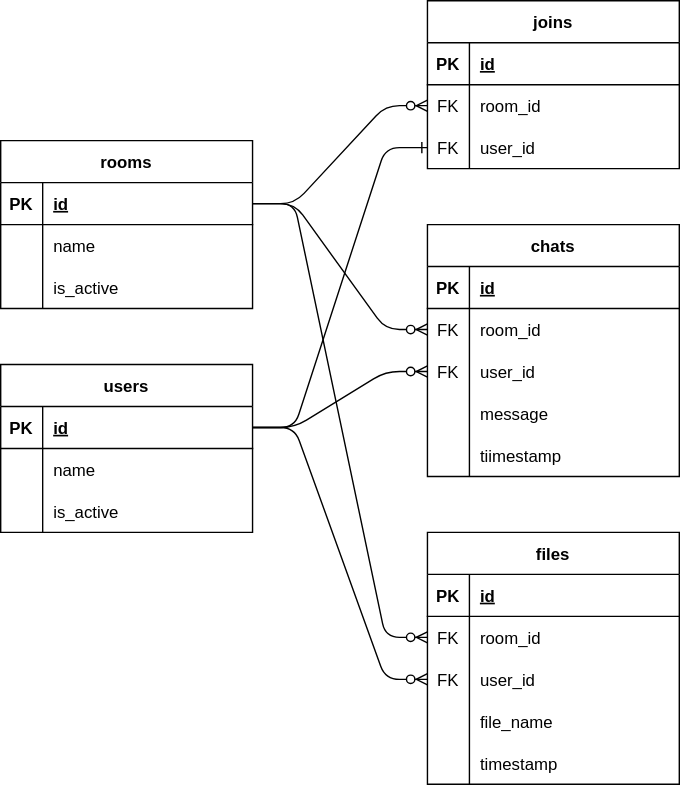
Earlier version of the draw.io export docs/ERDiagram.drawio.svg (solithv/simple_chat). Source tidied: cells renumbered, new cells last; positions are measured from the earlier drawing's top-left corner, leaving out a move shared by most shapes.
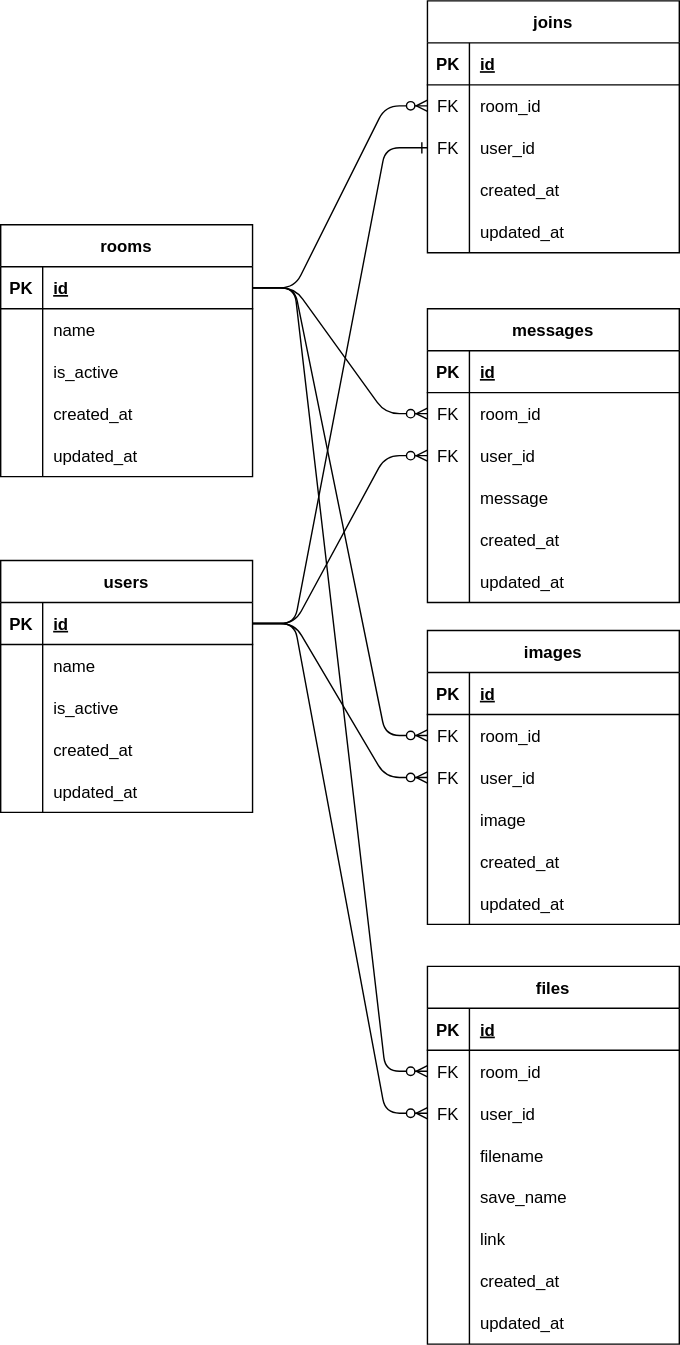
The same diagram one commit later.

What changed in the source:
```diff
@@ -3,7 +3,7 @@
     <mxCell id="0" />
     <mxCell id="1" parent="0" />
     <mxCell id="2" value="users" style="shape=table;startSize=30;rowLines=0;fontStyle=1;align=center;" parent="1" vertex="1">
-      <mxGeometry y="260" width="180" height="120" as="geometry" />
+      <mxGeometry y="340" width="180" height="180" as="geometry" />
     </mxCell>
     <mxCell id="3" style="shape=tableRow;horizontal=0;startSize=0;swimlaneHead=0;swimlaneBody=0;fillColor=none;points=[[0,0.5],[1,0.5]];portConstraint=eastwest;top=0;left=0;right=0;bottom=1;" parent="2" vertex="1">
       <mxGeometry y="30" width="180" height="30" as="geometry" />
@@ -32,8 +32,26 @@
     <mxCell id="11" value="is_active" style="shape=partialRectangle;fillColor=none;top=0;left=0;bottom=0;right=0;align=left;spacingLeft=6;overflow=hidden;" parent="9" vertex="1">
       <mxGeometry x="30" width="150" height="30" as="geometry" />
     </mxCell>
+    <mxCell id="70" style="shape=tableRow;horizontal=0;startSize=0;swimlaneHead=0;swimlaneBody=0;fillColor=none;top=0;left=0;right=0;bottom=0;" parent="2" vertex="1">
+      <mxGeometry y="120" width="180" height="30" as="geometry" />
+    </mxCell>
+    <mxCell id="71" style="shape=partialRectangle;fillColor=none;top=0;left=0;bottom=0;right=0;overflow=hidden;" parent="70" vertex="1">
+      <mxGeometry width="30" height="30" as="geometry" />
+    </mxCell>
+    <mxCell id="72" value="created_at" style="shape=partialRectangle;fillColor=none;top=0;left=0;bottom=0;right=0;align=left;spacingLeft=6;overflow=hidden;" parent="70" vertex="1">
+      <mxGeometry x="30" width="150" height="30" as="geometry" />
+    </mxCell>
+    <mxCell id="73" style="shape=tableRow;horizontal=0;startSize=0;swimlaneHead=0;swimlaneBody=0;fillColor=none;top=0;left=0;right=0;bottom=0;" parent="2" vertex="1">
+      <mxGeometry y="150" width="180" height="30" as="geometry" />
+    </mxCell>
+    <mxCell id="74" style="shape=partialRectangle;fillColor=none;top=0;left=0;bottom=0;right=0;overflow=hidden;" parent="73" vertex="1">
+      <mxGeometry width="30" height="30" as="geometry" />
+    </mxCell>
+    <mxCell id="75" value="updated_at" style="shape=partialRectangle;fillColor=none;top=0;left=0;bottom=0;right=0;align=left;spacingLeft=6;overflow=hidden;" parent="73" vertex="1">
+      <mxGeometry x="30" width="150" height="30" as="geometry" />
+    </mxCell>
     <mxCell id="12" value="rooms" style="shape=table;startSize=30;rowLines=0;fontStyle=1;align=center;" parent="1" vertex="1">
-      <mxGeometry y="100" width="180" height="120" as="geometry" />
+      <mxGeometry y="100" width="180" height="180" as="geometry" />
     </mxCell>
     <mxCell id="13" style="shape=tableRow;horizontal=0;startSize=0;swimlaneHead=0;swimlaneBody=0;fillColor=none;points=[[0,0.5],[1,0.5]];portConstraint=eastwest;top=0;left=0;right=0;bottom=1;" parent="12" vertex="1">
       <mxGeometry y="30" width="180" height="30" as="geometry" />
@@ -62,8 +80,26 @@
     <mxCell id="21" value="is_active" style="shape=partialRectangle;fillColor=none;top=0;left=0;bottom=0;right=0;align=left;spacingLeft=6;overflow=hidden;" parent="19" vertex="1">
       <mxGeometry x="30" width="150" height="30" as="geometry" />
     </mxCell>
+    <mxCell id="76" style="shape=tableRow;horizontal=0;startSize=0;swimlaneHead=0;swimlaneBody=0;fillColor=none;top=0;left=0;right=0;bottom=0;" parent="12" vertex="1">
+      <mxGeometry y="120" width="180" height="30" as="geometry" />
+    </mxCell>
+    <mxCell id="77" style="shape=partialRectangle;fillColor=none;top=0;left=0;bottom=0;right=0;overflow=hidden;" parent="76" vertex="1">
+      <mxGeometry width="30" height="30" as="geometry" />
+    </mxCell>
+    <mxCell id="78" value="created_at" style="shape=partialRectangle;fillColor=none;top=0;left=0;bottom=0;right=0;align=left;spacingLeft=6;overflow=hidden;" parent="76" vertex="1">
+      <mxGeometry x="30" width="150" height="30" as="geometry" />
+    </mxCell>
+    <mxCell id="79" style="shape=tableRow;horizontal=0;startSize=0;swimlaneHead=0;swimlaneBody=0;fillColor=none;top=0;left=0;right=0;bottom=0;" parent="12" vertex="1">
+      <mxGeometry y="150" width="180" height="30" as="geometry" />
+    </mxCell>
+    <mxCell id="80" style="shape=partialRectangle;fillColor=none;top=0;left=0;bottom=0;right=0;overflow=hidden;" parent="79" vertex="1">
+      <mxGeometry width="30" height="30" as="geometry" />
+    </mxCell>
+    <mxCell id="81" value="updated_at" style="shape=partialRectangle;fillColor=none;top=0;left=0;bottom=0;right=0;align=left;spacingLeft=6;overflow=hidden;" parent="79" vertex="1">
+      <mxGeometry x="30" width="150" height="30" as="geometry" />
+    </mxCell>
-    <mxCell id="22" value="chats" style="shape=table;startSize=30;rowLines=0;fontStyle=1;align=center;" parent="1" vertex="1">
-      <mxGeometry x="305" y="160" width="180" height="180" as="geometry" />
+    <mxCell id="22" value="messages" style="shape=table;startSize=30;rowLines=0;fontStyle=1;align=center;" parent="1" vertex="1">
+      <mxGeometry x="305" y="160" width="180" height="210" as="geometry" />
     </mxCell>
     <mxCell id="23" style="shape=tableRow;horizontal=0;startSize=0;swimlaneHead=0;swimlaneBody=0;fillColor=none;top=0;left=0;right=0;bottom=1;" parent="22" vertex="1">
       <mxGeometry y="30" width="180" height="30" as="geometry" />
@@ -107,11 +143,20 @@
     <mxCell id="36" style="shape=partialRectangle;fillColor=none;top=0;left=0;bottom=0;right=0;overflow=hidden;" parent="35" vertex="1">
       <mxGeometry width="30" height="30" as="geometry" />
     </mxCell>
-    <mxCell id="37" value="tiimestamp" style="shape=partialRectangle;fillColor=none;top=0;left=0;bottom=0;right=0;align=left;spacingLeft=6;overflow=hidden;" parent="35" vertex="1">
+    <mxCell id="37" value="created_at" style="shape=partialRectangle;fillColor=none;top=0;left=0;bottom=0;right=0;align=left;spacingLeft=6;overflow=hidden;" parent="35" vertex="1">
       <mxGeometry x="30" width="150" height="30" as="geometry" />
     </mxCell>
+    <mxCell id="82" style="shape=tableRow;horizontal=0;startSize=0;swimlaneHead=0;swimlaneBody=0;fillColor=none;top=0;left=0;right=0;bottom=0;" parent="22" vertex="1">
+      <mxGeometry y="180" width="180" height="30" as="geometry" />
+    </mxCell>
+    <mxCell id="83" style="shape=partialRectangle;fillColor=none;top=0;left=0;bottom=0;right=0;overflow=hidden;" parent="82" vertex="1">
+      <mxGeometry width="30" height="30" as="geometry" />
+    </mxCell>
+    <mxCell id="84" value="updated_at" style="shape=partialRectangle;fillColor=none;top=0;left=0;bottom=0;right=0;align=left;spacingLeft=6;overflow=hidden;" parent="82" vertex="1">
+      <mxGeometry x="30" width="150" height="30" as="geometry" />
+    </mxCell>
     <mxCell id="38" value="files" style="shape=table;startSize=30;rowLines=0;fontStyle=1;align=center;" parent="1" vertex="1">
-      <mxGeometry x="305" y="380" width="180" height="180" as="geometry" />
+      <mxGeometry x="305" y="630" width="180" height="270" as="geometry" />
     </mxCell>
     <mxCell id="39" style="shape=tableRow;horizontal=0;startSize=0;swimlaneHead=0;swimlaneBody=0;fillColor=none;top=0;left=0;right=0;bottom=1;" parent="38" vertex="1">
       <mxGeometry y="30" width="180" height="30" as="geometry" />
@@ -146,7 +191,7 @@
     <mxCell id="49" style="shape=partialRectangle;fillColor=none;top=0;left=0;bottom=0;right=0;overflow=hidden;" parent="48" vertex="1">
       <mxGeometry width="30" height="30" as="geometry" />
     </mxCell>
-    <mxCell id="50" value="file_name" style="shape=partialRectangle;fillColor=none;top=0;left=0;bottom=0;right=0;align=left;spacingLeft=6;overflow=hidden;" parent="48" vertex="1">
+    <mxCell id="50" value="filename" style="shape=partialRectangle;fillColor=none;top=0;left=0;bottom=0;right=0;align=left;spacingLeft=6;overflow=hidden;" parent="48" vertex="1">
       <mxGeometry x="30" width="150" height="30" as="geometry" />
     </mxCell>
     <mxCell id="51" style="shape=tableRow;horizontal=0;startSize=0;swimlaneHead=0;swimlaneBody=0;fillColor=none;top=0;left=0;right=0;bottom=0;" parent="38" vertex="1">
@@ -155,11 +200,38 @@
     <mxCell id="52" style="shape=partialRectangle;fillColor=none;top=0;left=0;bottom=0;right=0;overflow=hidden;" parent="51" vertex="1">
       <mxGeometry width="30" height="30" as="geometry" />
     </mxCell>
-    <mxCell id="53" value="timestamp" style="shape=partialRectangle;fillColor=none;top=0;left=0;bottom=0;right=0;align=left;spacingLeft=6;overflow=hidden;" parent="51" vertex="1">
+    <mxCell id="53" value="save_name" style="shape=partialRectangle;fillColor=none;top=0;left=0;bottom=0;right=0;align=left;spacingLeft=6;overflow=hidden;" parent="51" vertex="1">
       <mxGeometry x="30" width="150" height="30" as="geometry" />
     </mxCell>
+    <mxCell id="85" style="shape=tableRow;horizontal=0;startSize=0;swimlaneHead=0;swimlaneBody=0;fillColor=none;top=0;left=0;right=0;bottom=0;" parent="38" vertex="1">
+      <mxGeometry y="180" width="180" height="30" as="geometry" />
+    </mxCell>
+    <mxCell id="86" style="shape=partialRectangle;fillColor=none;top=0;left=0;bottom=0;right=0;overflow=hidden;" parent="85" vertex="1">
+      <mxGeometry width="30" height="30" as="geometry" />
+    </mxCell>
+    <mxCell id="87" value="link" style="shape=partialRectangle;fillColor=none;top=0;left=0;bottom=0;right=0;align=left;spacingLeft=6;overflow=hidden;" parent="85" vertex="1">
+      <mxGeometry x="30" width="150" height="30" as="geometry" />
+    </mxCell>
+    <mxCell id="88" style="shape=tableRow;horizontal=0;startSize=0;swimlaneHead=0;swimlaneBody=0;fillColor=none;top=0;left=0;right=0;bottom=0;" parent="38" vertex="1">
+      <mxGeometry y="210" width="180" height="30" as="geometry" />
+    </mxCell>
+    <mxCell id="89" style="shape=partialRectangle;fillColor=none;top=0;left=0;bottom=0;right=0;overflow=hidden;" parent="88" vertex="1">
+      <mxGeometry width="30" height="30" as="geometry" />
+    </mxCell>
+    <mxCell id="90" value="created_at" style="shape=partialRectangle;fillColor=none;top=0;left=0;bottom=0;right=0;align=left;spacingLeft=6;overflow=hidden;" parent="88" vertex="1">
+      <mxGeometry x="30" width="150" height="30" as="geometry" />
+    </mxCell>
+    <mxCell id="91" style="shape=tableRow;horizontal=0;startSize=0;swimlaneHead=0;swimlaneBody=0;fillColor=none;top=0;left=0;right=0;bottom=0;" parent="38" vertex="1">
+      <mxGeometry y="240" width="180" height="30" as="geometry" />
+    </mxCell>
+    <mxCell id="92" style="shape=partialRectangle;fillColor=none;top=0;left=0;bottom=0;right=0;overflow=hidden;" parent="91" vertex="1">
+      <mxGeometry width="30" height="30" as="geometry" />
+    </mxCell>
+    <mxCell id="93" value="updated_at" style="shape=partialRectangle;fillColor=none;top=0;left=0;bottom=0;right=0;align=left;spacingLeft=6;overflow=hidden;" parent="91" vertex="1">
+      <mxGeometry x="30" width="150" height="30" as="geometry" />
+    </mxCell>
     <mxCell id="54" value="joins" style="shape=table;startSize=30;rowLines=0;fontStyle=1;align=center;" parent="1" vertex="1">
-      <mxGeometry x="305" width="180" height="120" as="geometry" />
+      <mxGeometry x="305" y="-60" width="180" height="180" as="geometry" />
     </mxCell>
     <mxCell id="55" style="shape=tableRow;horizontal=0;startSize=0;swimlaneHead=0;swimlaneBody=0;fillColor=none;top=0;left=0;right=0;bottom=1;" parent="54" vertex="1">
       <mxGeometry y="30" width="180" height="30" as="geometry" />
@@ -188,6 +260,24 @@
     <mxCell id="63" value="user_id" style="shape=partialRectangle;fillColor=none;top=0;left=0;bottom=0;right=0;align=left;spacingLeft=6;overflow=hidden;" parent="61" vertex="1">
       <mxGeometry x="30" width="150" height="30" as="geometry" />
     </mxCell>
+    <mxCell id="94" style="shape=tableRow;horizontal=0;startSize=0;swimlaneHead=0;swimlaneBody=0;fillColor=none;top=0;left=0;right=0;bottom=0;" parent="54" vertex="1">
+      <mxGeometry y="120" width="180" height="30" as="geometry" />
+    </mxCell>
+    <mxCell id="95" style="shape=partialRectangle;fillColor=none;top=0;left=0;bottom=0;right=0;overflow=hidden;" parent="94" vertex="1">
+      <mxGeometry width="30" height="30" as="geometry" />
+    </mxCell>
+    <mxCell id="96" value="created_at" style="shape=partialRectangle;fillColor=none;top=0;left=0;bottom=0;right=0;align=left;spacingLeft=6;overflow=hidden;" parent="94" vertex="1">
+      <mxGeometry x="30" width="150" height="30" as="geometry" />
+    </mxCell>
+    <mxCell id="97" style="shape=tableRow;horizontal=0;startSize=0;swimlaneHead=0;swimlaneBody=0;fillColor=none;top=0;left=0;right=0;bottom=0;" parent="54" vertex="1">
+      <mxGeometry y="150" width="180" height="30" as="geometry" />
+    </mxCell>
+    <mxCell id="98" style="shape=partialRectangle;fillColor=none;top=0;left=0;bottom=0;right=0;overflow=hidden;" parent="97" vertex="1">
+      <mxGeometry width="30" height="30" as="geometry" />
+    </mxCell>
+    <mxCell id="99" value="updated_at" style="shape=partialRectangle;fillColor=none;top=0;left=0;bottom=0;right=0;align=left;spacingLeft=6;overflow=hidden;" parent="97" vertex="1">
+      <mxGeometry x="30" width="150" height="30" as="geometry" />
+    </mxCell>
     <mxCell id="64" style="edgeStyle=entityRelationEdgeStyle;fontSize=12;html=1;endArrow=ERone;endFill=0;exitX=1;exitY=0.5;exitDx=0;exitDy=0;entryX=0;entryY=0.5;entryDx=0;entryDy=0;" parent="1" edge="1" source="3" target="61">
       <mxGeometry relative="1" as="geometry" />
     </mxCell>
@@ -206,5 +296,68 @@
     <mxCell id="69" style="edgeStyle=entityRelationEdgeStyle;fontSize=12;html=1;endArrow=ERzeroToMany;endFill=1;exitX=1;exitY=0.5;exitDx=0;exitDy=0;entryX=0;entryY=0.5;entryDx=0;entryDy=0;" parent="1" edge="1" source="13" target="42">
       <mxGeometry relative="1" as="geometry" />
     </mxCell>
+    <mxCell id="100" value="images" style="shape=table;startSize=30;rowLines=0;fontStyle=1;align=center;" parent="1" vertex="1">
+      <mxGeometry x="305" y="390" width="180" height="210" as="geometry" />
+    </mxCell>
+    <mxCell id="101" style="shape=tableRow;horizontal=0;startSize=0;swimlaneHead=0;swimlaneBody=0;fillColor=none;top=0;left=0;right=0;bottom=1;" parent="100" vertex="1">
+      <mxGeometry y="30" width="180" height="30" as="geometry" />
+    </mxCell>
+    <mxCell id="102" value="PK" style="shape=partialRectangle;fillColor=none;top=0;left=0;bottom=0;right=0;fontStyle=1;overflow=hidden;" parent="101" vertex="1">
+      <mxGeometry width="30" height="30" as="geometry" />
+    </mxCell>
+    <mxCell id="103" value="id" style="shape=partialRectangle;fillColor=none;top=0;left=0;bottom=0;right=0;align=left;spacingLeft=6;fontStyle=5;overflow=hidden;" parent="101" vertex="1">
+      <mxGeometry x="30" width="150" height="30" as="geometry" />
+    </mxCell>
+    <mxCell id="104" style="shape=tableRow;horizontal=0;startSize=0;swimlaneHead=0;swimlaneBody=0;fillColor=none;points=[[0,0.5],[1,0.5]];portConstraint=eastwest;top=0;left=0;right=0;bottom=0;" parent="100" vertex="1">
+      <mxGeometry y="60" width="180" height="30" as="geometry" />
+    </mxCell>
+    <mxCell id="105" value="FK" style="shape=partialRectangle;fillColor=none;top=0;left=0;bottom=0;right=0;overflow=hidden;" parent="104" vertex="1">
+      <mxGeometry width="30" height="30" as="geometry" />
+    </mxCell>
+    <mxCell id="106" value="room_id" style="shape=partialRectangle;fillColor=none;top=0;left=0;bottom=0;right=0;align=left;spacingLeft=6;overflow=hidden;" parent="104" vertex="1">
+      <mxGeometry x="30" width="150" height="30" as="geometry" />
+    </mxCell>
+    <mxCell id="107" style="shape=tableRow;horizontal=0;startSize=0;swimlaneHead=0;swimlaneBody=0;fillColor=none;points=[[0,0.5],[1,0.5]];portConstraint=eastwest;top=0;left=0;right=0;bottom=0;" parent="100" vertex="1">
+      <mxGeometry y="90" width="180" height="30" as="geometry" />
+    </mxCell>
+    <mxCell id="108" value="FK" style="shape=partialRectangle;fillColor=none;top=0;left=0;bottom=0;right=0;overflow=hidden;" parent="107" vertex="1">
+      <mxGeometry width="30" height="30" as="geometry" />
+    </mxCell>
+    <mxCell id="109" value="user_id" style="shape=partialRectangle;fillColor=none;top=0;left=0;bottom=0;right=0;align=left;spacingLeft=6;overflow=hidden;" parent="107" vertex="1">
+      <mxGeometry x="30" width="150" height="30" as="geometry" />
+    </mxCell>
+    <mxCell id="110" style="shape=tableRow;horizontal=0;startSize=0;swimlaneHead=0;swimlaneBody=0;fillColor=none;top=0;left=0;right=0;bottom=0;" parent="100" vertex="1">
+      <mxGeometry y="120" width="180" height="30" as="geometry" />
+    </mxCell>
+    <mxCell id="111" style="shape=partialRectangle;fillColor=none;top=0;left=0;bottom=0;right=0;overflow=hidden;" parent="110" vertex="1">
+      <mxGeometry width="30" height="30" as="geometry" />
+    </mxCell>
+    <mxCell id="112" value="image" style="shape=partialRectangle;fillColor=none;top=0;left=0;bottom=0;right=0;align=left;spacingLeft=6;overflow=hidden;" parent="110" vertex="1">
+      <mxGeometry x="30" width="150" height="30" as="geometry" />
+    </mxCell>
+    <mxCell id="113" style="shape=tableRow;horizontal=0;startSize=0;swimlaneHead=0;swimlaneBody=0;fillColor=none;top=0;left=0;right=0;bottom=0;" parent="100" vertex="1">
+      <mxGeometry y="150" width="180" height="30" as="geometry" />
+    </mxCell>
+    <mxCell id="114" style="shape=partialRectangle;fillColor=none;top=0;left=0;bottom=0;right=0;overflow=hidden;" parent="113" vertex="1">
+      <mxGeometry width="30" height="30" as="geometry" />
+    </mxCell>
+    <mxCell id="115" value="created_at" style="shape=partialRectangle;fillColor=none;top=0;left=0;bottom=0;right=0;align=left;spacingLeft=6;overflow=hidden;" parent="113" vertex="1">
+      <mxGeometry x="30" width="150" height="30" as="geometry" />
+    </mxCell>
+    <mxCell id="116" style="shape=tableRow;horizontal=0;startSize=0;swimlaneHead=0;swimlaneBody=0;fillColor=none;top=0;left=0;right=0;bottom=0;" parent="100" vertex="1">
+      <mxGeometry y="180" width="180" height="30" as="geometry" />
+    </mxCell>
+    <mxCell id="117" style="shape=partialRectangle;fillColor=none;top=0;left=0;bottom=0;right=0;overflow=hidden;" parent="116" vertex="1">
+      <mxGeometry width="30" height="30" as="geometry" />
+    </mxCell>
+    <mxCell id="118" value="updated_at" style="shape=partialRectangle;fillColor=none;top=0;left=0;bottom=0;right=0;align=left;spacingLeft=6;overflow=hidden;" parent="116" vertex="1">
+      <mxGeometry x="30" width="150" height="30" as="geometry" />
+    </mxCell>
+    <mxCell id="119" style="edgeStyle=entityRelationEdgeStyle;fontSize=12;html=1;endArrow=ERzeroToMany;endFill=1;exitX=1;exitY=0.5;exitDx=0;exitDy=0;entryX=0;entryY=0.5;entryDx=0;entryDy=0;" parent="1" edge="1" source="13" target="104">
+      <mxGeometry relative="1" as="geometry" />
+    </mxCell>
+    <mxCell id="120" style="edgeStyle=entityRelationEdgeStyle;fontSize=12;html=1;endArrow=ERzeroToMany;endFill=1;exitX=1;exitY=0.5;exitDx=0;exitDy=0;entryX=0;entryY=0.5;entryDx=0;entryDy=0;" parent="1" edge="1" source="3" target="107">
+      <mxGeometry relative="1" as="geometry" />
+    </mxCell>
   </root>
 </mxGraphModel>
```
